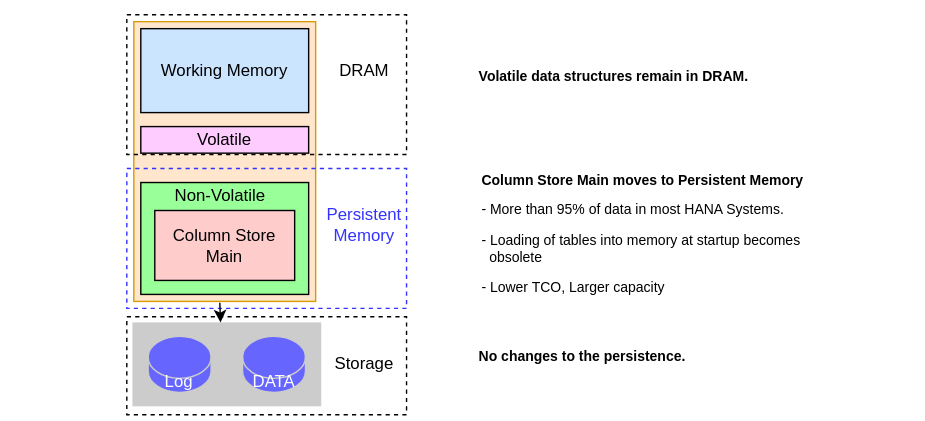
The draw.io diagram images/sap-partners-intel-optane-pmem.svg in ibm-cloud-docs/sap, before a commit. Source tidied: cells renumbered, new cells last; positions are measured from the earlier drawing's top-left corner, leaving out a move shared by most shapes.
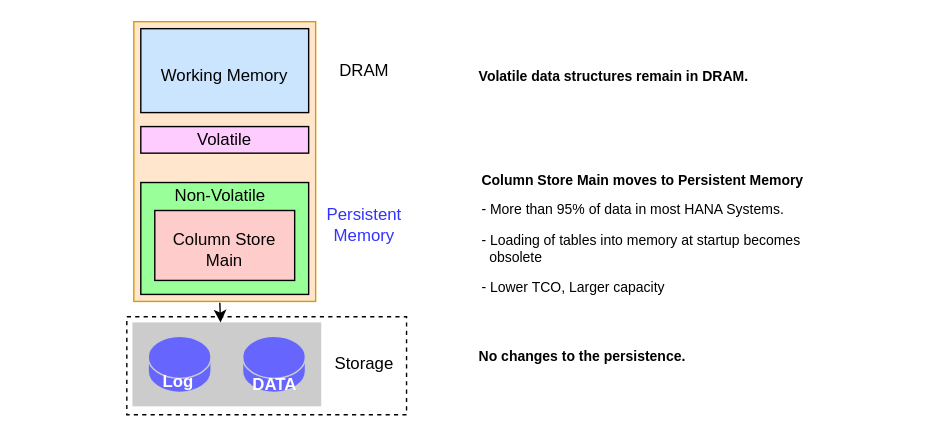
The same file after the commit.

Diff of the diagram source:
```diff
@@ -2,74 +2,86 @@
   <root>
     <mxCell id="0" />
     <mxCell id="1" parent="0" />
-    <mxCell id="2" style="group;" parent="1" vertex="1">
-      <mxGeometry width="660" height="300" as="geometry" />
+    <mxCell id="2" style="rounded=0;whiteSpace=wrap;html=1;fillColor=none;dashed=1;strokeColor=#3333FF;" parent="1" vertex="1">
+      <mxGeometry width="200" height="100" as="geometry" />
     </mxCell>
-    <mxCell id="3" style="rounded=0;whiteSpace=wrap;html=1;dashed=1;strokeWidth=1;align=left;fillColor=#FFFFFF;strokeColor=none;" parent="2" vertex="1">
-      <mxGeometry width="660" height="300" as="geometry" />
+    <mxCell id="3" style="rounded=0;whiteSpace=wrap;html=1;fillColor=none;dashed=1;" parent="1" vertex="1">
+      <mxGeometry y="-110" width="200" height="100" as="geometry" />
     </mxCell>
-    <mxCell id="4" style="rounded=0;whiteSpace=wrap;html=1;fillColor=none;dashed=1;strokeWidth=1;" parent="2" vertex="1">
-      <mxGeometry x="90" y="226" width="200" height="70" as="geometry" />
+    <mxCell id="4" style="rounded=0;whiteSpace=wrap;html=1;dashed=1;strokeWidth=1;align=left;fillColor=#FFFFFF;strokeColor=none;" parent="1" vertex="1">
+      <mxGeometry x="-90" y="-120" width="660" height="300" as="geometry" />
     </mxCell>
-    <mxCell id="5" style="rounded=0;whiteSpace=wrap;html=1;strokeColor=#d79b00;fillColor=#ffe6cc;" parent="2" vertex="1">
-      <mxGeometry x="95" y="15" width="130" height="200" as="geometry" />
+    <mxCell id="5" style="rounded=0;whiteSpace=wrap;html=1;fillColor=none;dashed=1;strokeWidth=1;" parent="1" vertex="1">
+      <mxGeometry y="106" width="200" height="70" as="geometry" />
     </mxCell>
-    <mxCell id="6" style="rounded=0;whiteSpace=wrap;html=1;fillColor=#99FF99;" parent="2" vertex="1">
-      <mxGeometry x="100" y="130" width="120" height="80" as="geometry" />
+    <mxCell id="6" style="rounded=0;whiteSpace=wrap;html=1;strokeColor=#d79b00;fillColor=#ffe6cc;" parent="1" vertex="1">
+      <mxGeometry x="5" y="-105" width="130" height="200" as="geometry" />
     </mxCell>
-    <mxCell id="7" value="Column Store Main" style="rounded=0;whiteSpace=wrap;html=1;fillColor=#FFCCCC;" parent="2" vertex="1">
-      <mxGeometry x="110" y="150" width="100" height="50" as="geometry" />
+    <mxCell id="7" style="rounded=0;whiteSpace=wrap;html=1;fillColor=#99FF99;" parent="1" vertex="1">
+      <mxGeometry x="10" y="10" width="120" height="80" as="geometry" />
     </mxCell>
-    <mxCell id="8" value="Volatile" style="rounded=0;whiteSpace=wrap;html=1;fillColor=#FFCCFF;" parent="2" vertex="1">
-      <mxGeometry x="100" y="90" width="120" height="19" as="geometry" />
+    <mxCell id="8" style="rounded=0;whiteSpace=wrap;html=1;fillColor=#FFCCCC;" parent="1" vertex="1">
+      <mxGeometry x="20" y="30" width="100" height="50" as="geometry" />
     </mxCell>
-    <mxCell id="9" value="Working Memory" style="rounded=0;whiteSpace=wrap;html=1;fillColor=#CCE5FF;" parent="2" vertex="1">
-      <mxGeometry x="100" y="20" width="120" height="60" as="geometry" />
+    <mxCell id="9" style="rounded=0;whiteSpace=wrap;html=1;fillColor=#FFCCFF;" parent="1" vertex="1">
+      <mxGeometry x="10" y="-30" width="120" height="19" as="geometry" />
     </mxCell>
-    <mxCell id="10" value="Non-Volatile" style="text;html=1;strokeColor=none;fillColor=none;align=center;verticalAlign=middle;whiteSpace=wrap;rounded=0;" parent="2" vertex="1">
-      <mxGeometry x="122" y="130" width="70" height="20" as="geometry" />
+    <mxCell id="10" style="rounded=0;whiteSpace=wrap;html=1;fillColor=#CCE5FF;" parent="1" vertex="1">
+      <mxGeometry x="10" y="-100" width="120" height="60" as="geometry" />
     </mxCell>
-    <mxCell id="11" style="group;" parent="2" vertex="1">
-      <mxGeometry x="94" y="230" width="135" height="60" as="geometry" />
+    <mxCell id="11" style="group;" parent="1" vertex="1">
+      <mxGeometry x="4" y="110" width="135" height="60" as="geometry" />
     </mxCell>
     <mxCell id="12" style="rounded=0;whiteSpace=wrap;html=1;fillColor=#CCCCCC;strokeColor=none;" parent="11" vertex="1">
       <mxGeometry width="135" height="60" as="geometry" />
     </mxCell>
-    <mxCell id="13" value="&lt;font color=&quot;#ffffff&quot;&gt;Log&lt;/font&gt;" style="shape=cylinder3;whiteSpace=wrap;html=1;boundedLbl=1;backgroundOutline=1;size=15;strokeColor=#CCCCCC;fillColor=#6666FF;" parent="11" vertex="1">
+    <mxCell id="13" style="shape=cylinder3;whiteSpace=wrap;html=1;boundedLbl=1;backgroundOutline=1;size=15;strokeColor=#CCCCCC;fillColor=#6666FF;" parent="11" vertex="1">
       <mxGeometry x="11.2" y="10" width="45" height="40" as="geometry" />
     </mxCell>
-    <mxCell id="14" value="&lt;font color=&quot;#ffffff&quot;&gt;DATA&lt;/font&gt;" style="shape=cylinder3;whiteSpace=wrap;html=1;boundedLbl=1;backgroundOutline=1;size=15;strokeColor=#CCCCCC;fillColor=#6666FF;" parent="11" vertex="1">
+    <mxCell id="14" style="shape=cylinder3;whiteSpace=wrap;html=1;boundedLbl=1;backgroundOutline=1;size=15;strokeColor=#CCCCCC;fillColor=#6666FF;" parent="11" vertex="1">
       <mxGeometry x="78.8" y="10" width="45" height="40" as="geometry" />
     </mxCell>
-    <mxCell id="15" style="rounded=0;whiteSpace=wrap;html=1;fillColor=none;dashed=1;" parent="2" vertex="1">
-      <mxGeometry x="90" y="10" width="200" height="100" as="geometry" />
+    <mxCell id="15" style="endArrow=classic;html=1;" parent="1" edge="1">
+      <mxGeometry x="100" y="140" as="geometry">
+        <mxPoint x="66.5" y="96" as="sourcePoint" />
+        <mxPoint x="67" y="110" as="targetPoint" />
+      </mxGeometry>
     </mxCell>
-    <mxCell id="16" style="rounded=0;whiteSpace=wrap;html=1;fillColor=none;dashed=1;strokeColor=#3333FF;" parent="2" vertex="1">
-      <mxGeometry x="90" y="120" width="200" height="100" as="geometry" />
+    <mxCell id="16" value="&lt;b&gt;&lt;font style=&quot;font-size: 10px&quot;&gt;Volatile data structures remain in DRAM.&lt;/font&gt;&lt;/b&gt;" style="text;html=1;strokeColor=none;fillColor=none;align=left;verticalAlign=middle;whiteSpace=wrap;rounded=0;dashed=1;" parent="1" vertex="1">
+      <mxGeometry x="250" y="-76" width="245" height="20" as="geometry" />
     </mxCell>
-    <mxCell id="17" value="DRAM" style="text;html=1;strokeColor=none;fillColor=none;align=center;verticalAlign=middle;whiteSpace=wrap;rounded=0;dashed=1;" parent="2" vertex="1">
-      <mxGeometry x="240" y="40" width="40" height="20" as="geometry" />
+    <mxCell id="17" value="&lt;p style=&quot;line-height: 100% ; font-size: 10px&quot;&gt;&lt;font style=&quot;font-size: 10px&quot;&gt;&lt;b&gt;Column Store Main moves to Persistent Memory&lt;/b&gt;&lt;/font&gt;&lt;/p&gt;&lt;p style=&quot;font-size: 10px&quot;&gt;&lt;font style=&quot;font-size: 10px&quot;&gt;-&amp;nbsp;More than 95% of data in most HANA Systems.&lt;/font&gt;&lt;/p&gt;&lt;p style=&quot;font-size: 10px&quot;&gt;&lt;font style=&quot;font-size: 10px&quot;&gt;- Loading of tables into memory at startup becomes&lt;br&gt;&amp;nbsp; obsolete&lt;/font&gt;&lt;/p&gt;&lt;p style=&quot;font-size: 10px&quot;&gt;&lt;font style=&quot;font-size: 10px&quot;&gt;- Lower TCO, Larger capacity&lt;/font&gt;&lt;/p&gt;" style="text;html=1;strokeColor=none;fillColor=none;spacing=4;spacingTop=-18;whiteSpace=wrap;overflow=hidden;rounded=0;dashed=1;spacingLeft=0;" parent="1" vertex="1">
+      <mxGeometry x="250" y="3" width="287.5" height="94" as="geometry" />
     </mxCell>
-    <mxCell id="18" value="&lt;font color=&quot;#3333ff&quot;&gt;Persistent Memory&lt;/font&gt;" style="text;html=1;strokeColor=none;fillColor=none;align=center;verticalAlign=middle;whiteSpace=wrap;rounded=0;dashed=1;" parent="2" vertex="1">
-      <mxGeometry x="240" y="150" width="40" height="20" as="geometry" />
+    <mxCell id="18" value="&lt;font style=&quot;font-size: 10px&quot;&gt;&lt;b&gt;No changes to the persistence.&lt;/b&gt;&lt;/font&gt;" style="text;html=1;strokeColor=none;fillColor=none;align=left;verticalAlign=middle;whiteSpace=wrap;rounded=0;dashed=1;" parent="1" vertex="1">
+      <mxGeometry x="250" y="124" width="170" height="20" as="geometry" />
     </mxCell>
-    <mxCell id="19" value="Storage" style="text;html=1;strokeColor=none;fillColor=none;align=center;verticalAlign=middle;whiteSpace=wrap;rounded=0;dashed=1;" parent="2" vertex="1">
-      <mxGeometry x="240" y="250" width="40" height="20" as="geometry" />
+    <mxCell id="19" value="DRAM" style="text;html=1;strokeColor=none;fillColor=none;align=center;verticalAlign=middle;whiteSpace=wrap;rounded=0;dashed=1;" parent="1" vertex="1">
+      <mxGeometry x="150" y="-80" width="40" height="20" as="geometry" />
     </mxCell>
-    <mxCell id="20" style="endArrow=classic;html=1;" parent="2" edge="1">
-      <mxGeometry relative="1" as="geometry">
-        <mxPoint x="156.5" y="216" as="sourcePoint" />
-        <mxPoint x="157" y="230" as="targetPoint" />
-      </mxGeometry>
+    <mxCell id="20" value="&lt;font color=&quot;#3333ff&quot;&gt;Persistent Memory&lt;/font&gt;" style="text;html=1;strokeColor=none;fillColor=none;align=center;verticalAlign=middle;whiteSpace=wrap;rounded=0;dashed=1;" parent="1" vertex="1">
+      <mxGeometry x="150" y="30" width="40" height="20" as="geometry" />
     </mxCell>
-    <mxCell id="21" value="&lt;b&gt;&lt;font style=&quot;font-size: 10px&quot;&gt;Volatile data structures remain in DRAM.&lt;/font&gt;&lt;/b&gt;" style="text;html=1;strokeColor=none;fillColor=none;align=left;verticalAlign=middle;whiteSpace=wrap;rounded=0;dashed=1;" parent="2" vertex="1">
-      <mxGeometry x="340" y="44" width="245" height="20" as="geometry" />
+    <mxCell id="21" value="Storage" style="text;html=1;strokeColor=none;fillColor=none;align=center;verticalAlign=middle;whiteSpace=wrap;rounded=0;dashed=1;" parent="1" vertex="1">
+      <mxGeometry x="150" y="130" width="40" height="20" as="geometry" />
     </mxCell>
-    <mxCell id="22" value="&lt;p style=&quot;line-height: 100% ; font-size: 10px&quot;&gt;&lt;font style=&quot;font-size: 10px&quot;&gt;&lt;b&gt;Column Store Main moves to Persistent Memory&lt;/b&gt;&lt;/font&gt;&lt;/p&gt;&lt;p style=&quot;font-size: 10px&quot;&gt;&lt;font style=&quot;font-size: 10px&quot;&gt;-&amp;nbsp;More than 95% of data in most HANA Systems.&lt;/font&gt;&lt;/p&gt;&lt;p style=&quot;font-size: 10px&quot;&gt;&lt;font style=&quot;font-size: 10px&quot;&gt;- Loading of tables into memory at startup becomes&lt;br&gt;&amp;nbsp; obsolete&lt;/font&gt;&lt;/p&gt;&lt;p style=&quot;font-size: 10px&quot;&gt;&lt;font style=&quot;font-size: 10px&quot;&gt;- Lower TCO, Larger capacity&lt;/font&gt;&lt;/p&gt;" style="text;html=1;strokeColor=none;fillColor=none;spacing=4;spacingTop=-18;whiteSpace=wrap;overflow=hidden;rounded=0;dashed=1;spacingLeft=0;" parent="2" vertex="1">
-      <mxGeometry x="340" y="123" width="287.5" height="94" as="geometry" />
+    <mxCell id="22" value="Working Memory" style="text;html=1;strokeColor=none;fillColor=none;align=center;verticalAlign=middle;whiteSpace=wrap;rounded=0;" parent="1" vertex="1">
+      <mxGeometry x="10" y="-76" width="120" height="20" as="geometry" />
     </mxCell>
-    <mxCell id="23" value="&lt;font style=&quot;font-size: 10px&quot;&gt;&lt;b&gt;No changes to the persistence.&lt;/b&gt;&lt;/font&gt;" style="text;html=1;strokeColor=none;fillColor=none;align=left;verticalAlign=middle;whiteSpace=wrap;rounded=0;dashed=1;" parent="2" vertex="1">
-      <mxGeometry x="340" y="244" width="170" height="20" as="geometry" />
+    <mxCell id="23" value="Column Store&lt;br&gt;Main" style="text;html=1;strokeColor=none;fillColor=none;align=center;verticalAlign=middle;whiteSpace=wrap;rounded=0;" parent="1" vertex="1">
+      <mxGeometry x="10" y="48" width="120" height="20" as="geometry" />
     </mxCell>
+    <mxCell id="24" value="&lt;b&gt;&lt;font color=&quot;#ffffff&quot;&gt;Log&lt;/font&gt;&lt;/b&gt;" style="text;html=1;strokeColor=none;fillColor=none;align=center;verticalAlign=middle;whiteSpace=wrap;rounded=0;" parent="1" vertex="1">
+      <mxGeometry x="17" y="143" width="40" height="20" as="geometry" />
+    </mxCell>
+    <mxCell id="25" value="&lt;b&gt;&lt;font color=&quot;#ffffff&quot;&gt;DATA&lt;/font&gt;&lt;/b&gt;" style="text;html=1;strokeColor=none;fillColor=none;align=center;verticalAlign=middle;whiteSpace=wrap;rounded=0;" parent="1" vertex="1">
+      <mxGeometry x="86" y="145" width="40" height="20" as="geometry" />
+    </mxCell>
+    <mxCell id="26" value="Volatile" style="text;html=1;strokeColor=none;fillColor=none;align=center;verticalAlign=middle;whiteSpace=wrap;rounded=0;" parent="1" vertex="1">
+      <mxGeometry x="50" y="-30" width="40" height="20" as="geometry" />
+    </mxCell>
+    <mxCell id="27" value="Non-Volatile" style="text;html=1;strokeColor=none;fillColor=none;align=center;verticalAlign=middle;whiteSpace=wrap;rounded=0;" parent="1" vertex="1">
+      <mxGeometry x="32" y="10" width="70" height="20" as="geometry" />
+    </mxCell>
   </root>
 </mxGraphModel>
```
